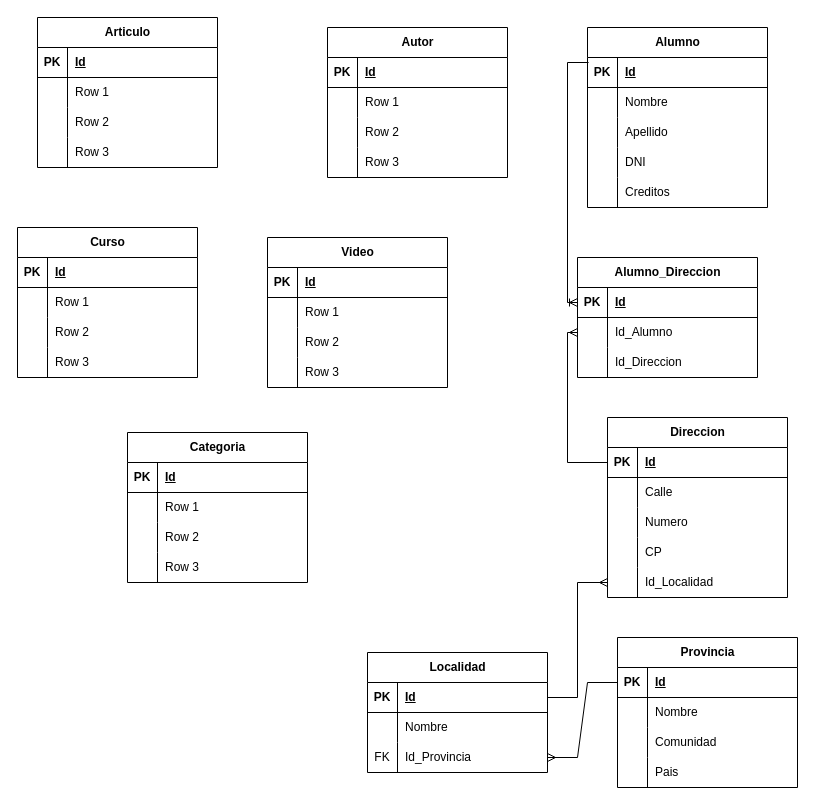
Earlier version of the draw.io diagram LemonCode_Modelado_relacional_crows_foot.drawio (leonardocasimiro/BootcampBackend_III_Relacional_Modulo1Modelado). Source tidied: cells renumbered, new cells numbered last; positions are measured from the earlier drawing's top-left corner, leaving out a move shared by most shapes. Both pictures are drawn from the tidied source at 100%, with x=0, y=0 at pixel (7, 17).
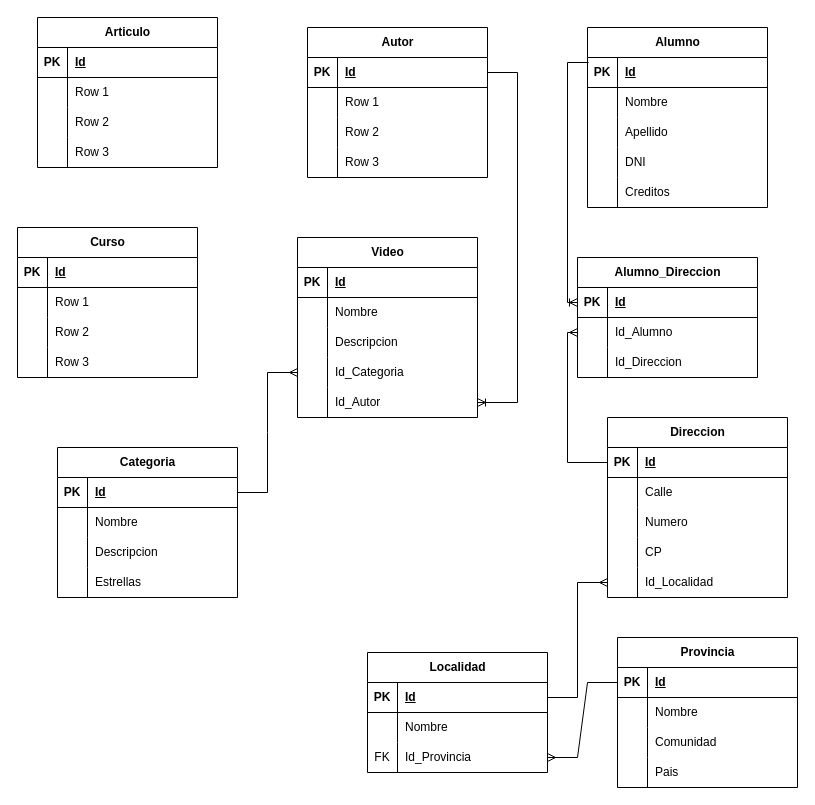
After the change.

The change refers to these unchanged cells:
```xml
<mxCell id="3" style="shape=tableRow;horizontal=0;startSize=0;swimlaneHead=0;swimlaneBody=0;fillColor=none;points=[[0,0.5],[1,0.5]];portConstraint=eastwest;top=0;left=0;right=0;bottom=1;" parent="2" vertex="1">
  <mxGeometry y="30" width="180" height="30" as="geometry" />
</mxCell>
<mxCell id="19" style="shape=tableRow;horizontal=0;startSize=0;swimlaneHead=0;swimlaneBody=0;fillColor=none;top=0;left=0;right=0;bottom=0;" parent="15" vertex="1">
  <mxGeometry y="60" width="180" height="30" as="geometry" />
</mxCell>
<mxCell id="22" style="shape=tableRow;horizontal=0;startSize=0;swimlaneHead=0;swimlaneBody=0;fillColor=none;top=0;left=0;right=0;bottom=0;" parent="15" vertex="1">
  <mxGeometry y="90" width="180" height="30" as="geometry" />
</mxCell>
<mxCell id="25" style="shape=tableRow;horizontal=0;startSize=0;swimlaneHead=0;swimlaneBody=0;fillColor=none;points=[[0,0.5],[1,0.5]];portConstraint=eastwest;top=0;left=0;right=0;bottom=0;" parent="15" vertex="1">
  <mxGeometry y="120" width="180" height="30" as="geometry" />
</mxCell>
<mxCell id="55" style="shape=tableRow;horizontal=0;startSize=0;swimlaneHead=0;swimlaneBody=0;fillColor=none;points=[[0,0.5],[1,0.5]];portConstraint=eastwest;top=0;left=0;right=0;bottom=1;" parent="54" vertex="1">
  <mxGeometry y="30" width="180" height="30" as="geometry" />
</mxCell>
<mxCell id="58" style="shape=tableRow;horizontal=0;startSize=0;swimlaneHead=0;swimlaneBody=0;fillColor=none;top=0;left=0;right=0;bottom=0;" parent="54" vertex="1">
  <mxGeometry y="60" width="180" height="30" as="geometry" />
</mxCell>
<mxCell id="61" style="shape=tableRow;horizontal=0;startSize=0;swimlaneHead=0;swimlaneBody=0;fillColor=none;top=0;left=0;right=0;bottom=0;" parent="54" vertex="1">
  <mxGeometry y="90" width="180" height="30" as="geometry" />
</mxCell>
<mxCell id="64" style="shape=tableRow;horizontal=0;startSize=0;swimlaneHead=0;swimlaneBody=0;fillColor=none;top=0;left=0;right=0;bottom=0;" parent="54" vertex="1">
  <mxGeometry y="120" width="180" height="30" as="geometry" />
</mxCell>
```

What changed in the source:
```diff
@@
     <mxCell id="2" value="Autor" style="shape=table;startSize=30;childLayout=tableLayout;rowLines=0;fontStyle=1;align=center;html=1;" parent="1" vertex="1">
-      <mxGeometry x="320" y="10" width="180" height="150" as="geometry" />
+      <mxGeometry x="300" y="10" width="180" height="150" as="geometry" />
     </mxCell>
@@
     <mxCell id="15" value="Video" style="shape=table;startSize=30;childLayout=tableLayout;rowLines=0;fontStyle=1;align=center;html=1;" parent="1" vertex="1">
-      <mxGeometry x="260" y="220" width="180" height="150" as="geometry" />
+      <mxGeometry x="290" y="220" width="180" height="180" as="geometry" />
     </mxCell>
@@
-    <mxCell id="21" value="Row 1" style="shape=partialRectangle;fillColor=none;top=0;left=0;bottom=0;right=0;align=left;spacingLeft=6;overflow=hidden;whiteSpace=wrap;html=1;" parent="19" vertex="1">
+    <mxCell id="21" value="Nombre" style="shape=partialRectangle;fillColor=none;top=0;left=0;bottom=0;right=0;align=left;spacingLeft=6;overflow=hidden;whiteSpace=wrap;html=1;" parent="19" vertex="1">
       <mxGeometry x="30" width="150" height="30" as="geometry" />
     </mxCell>
@@
-    <mxCell id="24" value="Row 2" style="shape=partialRectangle;fillColor=none;top=0;left=0;bottom=0;right=0;align=left;spacingLeft=6;overflow=hidden;whiteSpace=wrap;html=1;" parent="22" vertex="1">
+    <mxCell id="24" value="Descripcion" style="shape=partialRectangle;fillColor=none;top=0;left=0;bottom=0;right=0;align=left;spacingLeft=6;overflow=hidden;whiteSpace=wrap;html=1;" parent="22" vertex="1">
       <mxGeometry x="30" width="150" height="30" as="geometry" />
     </mxCell>
@@
-    <mxCell id="27" value="Row 3" style="shape=partialRectangle;fillColor=none;top=0;left=0;bottom=0;right=0;align=left;spacingLeft=6;overflow=hidden;whiteSpace=wrap;html=1;" parent="25" vertex="1">
+    <mxCell id="27" value="Id_Categoria" style="shape=partialRectangle;fillColor=none;top=0;left=0;bottom=0;right=0;align=left;spacingLeft=6;overflow=hidden;whiteSpace=wrap;html=1;" parent="25" vertex="1">
       <mxGeometry x="30" width="150" height="30" as="geometry" />
     </mxCell>
+    <mxCell id="136" style="shape=tableRow;horizontal=0;startSize=0;swimlaneHead=0;swimlaneBody=0;fillColor=none;points=[[0,0.5],[1,0.5]];portConstraint=eastwest;top=0;left=0;right=0;bottom=0;" parent="15" vertex="1">
+      <mxGeometry y="150" width="180" height="30" as="geometry" />
+    </mxCell>
+    <mxCell id="137" style="shape=partialRectangle;fillColor=none;top=0;left=0;bottom=0;right=0;overflow=hidden;whiteSpace=wrap;html=1;" parent="136" vertex="1">
+      <mxGeometry width="30" height="30" as="geometry" />
+    </mxCell>
+    <mxCell id="138" value="Id_Autor" style="shape=partialRectangle;fillColor=none;top=0;left=0;bottom=0;right=0;align=left;spacingLeft=6;overflow=hidden;whiteSpace=wrap;html=1;" parent="136" vertex="1">
+      <mxGeometry x="30" width="150" height="30" as="geometry" />
+    </mxCell>
@@
     <mxCell id="54" value="Categoria" style="shape=table;startSize=30;childLayout=tableLayout;rowLines=0;fontStyle=1;align=center;html=1;" parent="1" vertex="1">
-      <mxGeometry x="120" y="415" width="180" height="150" as="geometry" />
+      <mxGeometry x="50" y="430" width="180" height="150" as="geometry" />
     </mxCell>
@@
-    <mxCell id="60" value="Row 1" style="shape=partialRectangle;fillColor=none;top=0;left=0;bottom=0;right=0;align=left;spacingLeft=6;overflow=hidden;whiteSpace=wrap;html=1;" parent="58" vertex="1">
+    <mxCell id="60" value="Nombre" style="shape=partialRectangle;fillColor=none;top=0;left=0;bottom=0;right=0;align=left;spacingLeft=6;overflow=hidden;whiteSpace=wrap;html=1;" parent="58" vertex="1">
       <mxGeometry x="30" width="150" height="30" as="geometry" />
     </mxCell>
@@
-    <mxCell id="63" value="Row 2" style="shape=partialRectangle;fillColor=none;top=0;left=0;bottom=0;right=0;align=left;spacingLeft=6;overflow=hidden;whiteSpace=wrap;html=1;" parent="61" vertex="1">
+    <mxCell id="63" value="Descripcion" style="shape=partialRectangle;fillColor=none;top=0;left=0;bottom=0;right=0;align=left;spacingLeft=6;overflow=hidden;whiteSpace=wrap;html=1;" parent="61" vertex="1">
       <mxGeometry x="30" width="150" height="30" as="geometry" />
     </mxCell>
@@
-    <mxCell id="66" value="Row 3" style="shape=partialRectangle;fillColor=none;top=0;left=0;bottom=0;right=0;align=left;spacingLeft=6;overflow=hidden;whiteSpace=wrap;html=1;" parent="64" vertex="1">
+    <mxCell id="66" value="Estrellas" style="shape=partialRectangle;fillColor=none;top=0;left=0;bottom=0;right=0;align=left;spacingLeft=6;overflow=hidden;whiteSpace=wrap;html=1;" parent="64" vertex="1">
       <mxGeometry x="30" width="150" height="30" as="geometry" />
     </mxCell>
@@
+    <mxCell id="139" style="edgeStyle=entityRelationEdgeStyle;fontSize=12;html=1;endArrow=ERoneToMany;rounded=0;entryX=1;entryY=0.5;entryDx=0;entryDy=0;" parent="1" edge="1" source="3" target="136">
+      <mxGeometry relative="1" as="geometry" />
+    </mxCell>
+    <mxCell id="140" style="edgeStyle=entityRelationEdgeStyle;fontSize=12;html=1;endArrow=ERmany;rounded=0;entryX=0;entryY=0.5;entryDx=0;entryDy=0;exitX=1;exitY=0.5;exitDx=0;exitDy=0;" parent="1" edge="1" source="55" target="25">
+      <mxGeometry relative="1" as="geometry" />
+    </mxCell>
```
